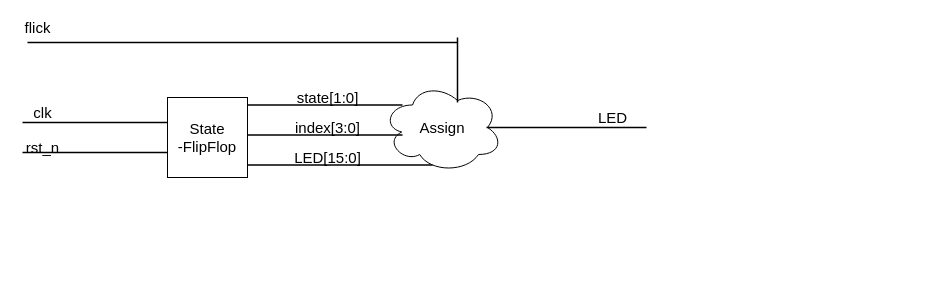
Before: Untitled Diagram.drawio in datdonguyen99/demoGit, a draw.io diagram. Source tidied: cells renumbered, new cells numbered last; positions are measured from the earlier drawing's top-left corner, leaving out a move shared by most shapes. Both pictures are drawn from the tidied source at 100%, with x=0, y=0 at pixel (17, 17).
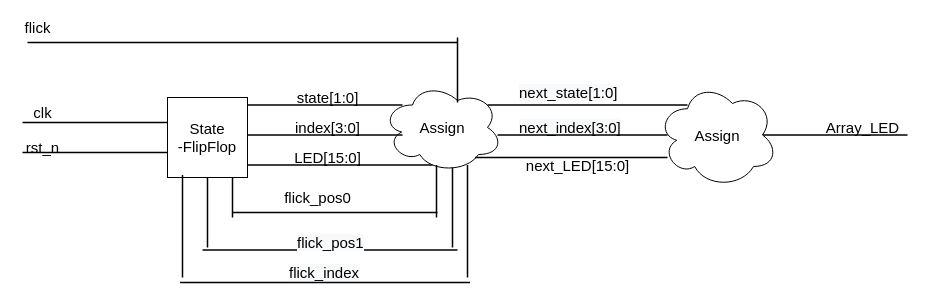
After the change.

Change to the diagram source:
```diff
@@
     <mxCell id="17" style="line;strokeWidth=1.5;html=1;" parent="1" vertex="1">
-      <mxGeometry x="469" y="105" width="160" height="10" as="geometry" />
+      <mxGeometry x="730" y="112.5" width="160" height="10" as="geometry" />
     </mxCell>
-    <mxCell id="18" value="&lt;font style=&quot;font-size: 15px&quot;&gt;LED&lt;/font&gt;" style="text;html=1;align=center;verticalAlign=middle;strokeColor=none;" parent="1" vertex="1">
-      <mxGeometry x="575" y="90" width="40" height="20" as="geometry" />
+    <mxCell id="18" value="&lt;font style=&quot;font-size: 15px&quot;&gt;Array_LED&lt;/font&gt;" style="text;html=1;align=center;verticalAlign=middle;strokeColor=none;" parent="1" vertex="1">
+      <mxGeometry x="800" y="100" width="90" height="20" as="geometry" />
     </mxCell>
+    <mxCell id="19" value="&lt;font style=&quot;font-size: 15px&quot;&gt;Assign&lt;/font&gt;" style="ellipse;shape=cloud;whiteSpace=wrap;html=1;" parent="1" vertex="1">
+      <mxGeometry x="640" y="65" width="120" height="105" as="geometry" />
+    </mxCell>
+    <mxCell id="20" value="&lt;span style=&quot;color: rgb(0 , 0 , 0) ; font-family: &amp;#34;helvetica&amp;#34; ; font-size: 15px ; font-style: normal ; font-weight: 400 ; letter-spacing: normal ; text-align: center ; text-indent: 0px ; text-transform: none ; word-spacing: 0px ; background-color: rgb(248 , 249 , 250) ; display: inline ; float: none&quot;&gt;next_state[1:0]&lt;/span&gt;" style="text;whiteSpace=wrap;html=1;" parent="1" vertex="1">
+      <mxGeometry x="500" y="60" width="90" height="30" as="geometry" />
+    </mxCell>
+    <mxCell id="21" value="&lt;span style=&quot;color: rgb(0 , 0 , 0) ; font-family: &amp;#34;helvetica&amp;#34; ; font-size: 15px ; font-style: normal ; font-weight: 400 ; letter-spacing: normal ; text-align: center ; text-indent: 0px ; text-transform: none ; word-spacing: 0px ; background-color: rgb(248 , 249 , 250) ; display: inline ; float: none&quot;&gt;next_index[3:0]&lt;/span&gt;" style="text;whiteSpace=wrap;html=1;" parent="1" vertex="1">
+      <mxGeometry x="500" y="95" width="90" height="30" as="geometry" />
+    </mxCell>
+    <mxCell id="22" value="&lt;font style=&quot;font-size: 15px&quot;&gt;next_LED[15:0]&lt;/font&gt;" style="text;html=1;align=center;verticalAlign=middle;strokeColor=none;" parent="1" vertex="1">
+      <mxGeometry x="500" y="137.5" width="120" height="20" as="geometry" />
+    </mxCell>
+    <mxCell id="23" style="line;strokeWidth=1.5;html=1;" parent="1" vertex="1">
+      <mxGeometry x="470" y="80" width="200" height="15" as="geometry" />
+    </mxCell>
+    <mxCell id="24" style="line;strokeWidth=1.5;html=1;" parent="1" vertex="1">
+      <mxGeometry x="480" y="110" width="170" height="15" as="geometry" />
+    </mxCell>
+    <mxCell id="25" style="line;strokeWidth=1.5;html=1;" parent="1" vertex="1">
+      <mxGeometry x="185" y="225" width="255" height="15" as="geometry" />
+    </mxCell>
+    <mxCell id="26" style="line;strokeWidth=1.5;direction=south;html=1;" parent="1" vertex="1">
+      <mxGeometry x="414" y="147.5" width="10" height="52.5" as="geometry" />
+    </mxCell>
+    <mxCell id="27" style="line;strokeWidth=1.5;direction=south;html=1;" parent="1" vertex="1">
+      <mxGeometry x="430" y="150" width="10" height="80" as="geometry" />
+    </mxCell>
+    <mxCell id="28" style="line;strokeWidth=1.5;direction=south;html=1;" parent="1" vertex="1">
+      <mxGeometry x="445" y="147.5" width="10" height="112.5" as="geometry" />
+    </mxCell>
+    <mxCell id="29" style="line;strokeWidth=1.5;direction=south;html=1;" parent="1" vertex="1">
+      <mxGeometry x="210" y="160" width="10" height="40" as="geometry" />
+    </mxCell>
+    <mxCell id="30" style="line;strokeWidth=1.5;direction=south;html=1;" parent="1" vertex="1">
+      <mxGeometry x="185" y="160" width="10" height="70" as="geometry" />
+    </mxCell>
+    <mxCell id="31" style="line;strokeWidth=1.5;direction=south;html=1;" parent="1" vertex="1">
+      <mxGeometry x="160" y="157.5" width="10" height="102.5" as="geometry" />
+    </mxCell>
+    <mxCell id="32" style="line;strokeWidth=1.5;html=1;" parent="1" vertex="1">
+      <mxGeometry x="215" y="190" width="205" height="10" as="geometry" />
+    </mxCell>
+    <mxCell id="33" style="line;strokeWidth=1.5;html=1;" parent="1" vertex="1">
+      <mxGeometry x="162.5" y="260" width="290" height="10" as="geometry" />
+    </mxCell>
+    <mxCell id="34" value="&lt;font style=&quot;font-size: 15px&quot;&gt;flick_pos0&lt;/font&gt;" style="text;html=1;align=center;verticalAlign=middle;strokeColor=none;" parent="1" vertex="1">
+      <mxGeometry x="260" y="170" width="80" height="20" as="geometry" />
+    </mxCell>
+    <mxCell id="35" value="&lt;span style=&quot;color: rgb(0 , 0 , 0) ; font-family: &amp;#34;helvetica&amp;#34; ; font-size: 15px ; font-style: normal ; font-weight: 400 ; letter-spacing: normal ; text-align: center ; text-indent: 0px ; text-transform: none ; word-spacing: 0px ; background-color: rgb(248 , 249 , 250) ; display: inline ; float: none&quot;&gt;flick_pos1&lt;/span&gt;" style="text;whiteSpace=wrap;html=1;" parent="1" vertex="1">
+      <mxGeometry x="277.5" y="210" width="90" height="30" as="geometry" />
+    </mxCell>
+    <mxCell id="36" value="&lt;span style=&quot;color: rgb(0 , 0 , 0) ; font-family: &amp;#34;helvetica&amp;#34; ; font-size: 15px ; font-style: normal ; font-weight: 400 ; letter-spacing: normal ; text-align: center ; text-indent: 0px ; text-transform: none ; word-spacing: 0px ; background-color: rgb(248 , 249 , 250) ; display: inline ; float: none&quot;&gt;flick_index&lt;/span&gt;" style="text;whiteSpace=wrap;html=1;" parent="1" vertex="1">
+      <mxGeometry x="270" y="240" width="90" height="30" as="geometry" />
+    </mxCell>
+    <mxCell id="37" style="line;strokeWidth=1.5;html=1;" parent="1" vertex="1">
+      <mxGeometry x="457.5" y="135" width="192.5" height="10" as="geometry" />
+    </mxCell>
```
